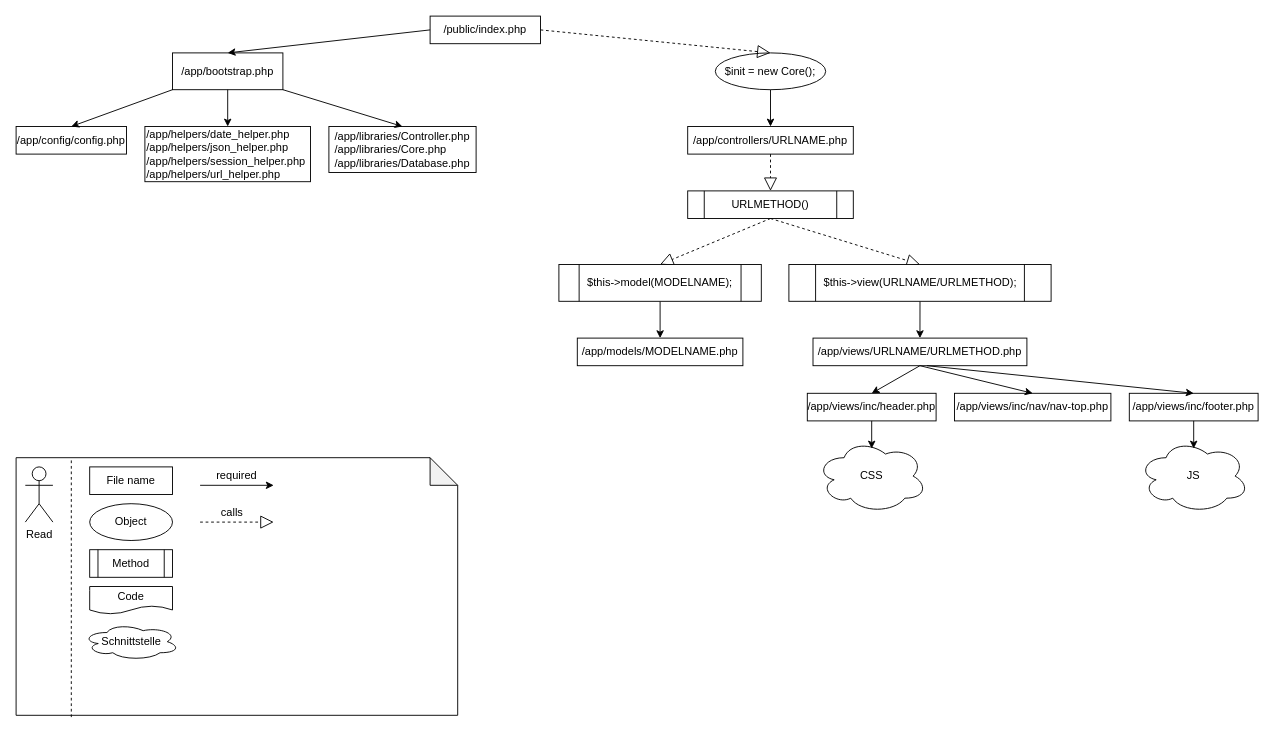
The draw.io diagram dev/draw.io/file_dependencies.drawio in Bolkun/php-blog-engine, before the edit. Source tidied: cells renumbered, new cells numbered last; positions are measured from the earlier drawing's top-left corner, leaving out a move shared by most shapes. Both pictures are drawn from the tidied source at 92%, with x=0, y=0 at pixel (16, 16).
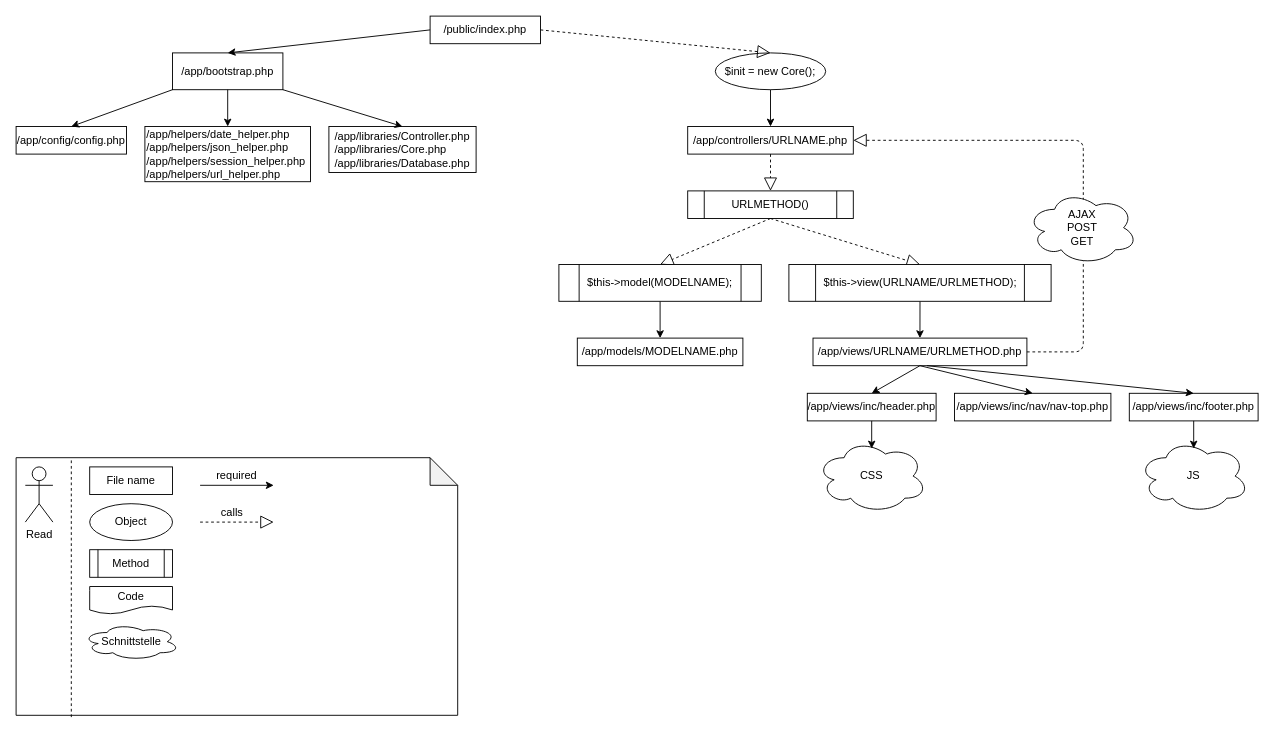
The same page after the edit.

Commit message (it also covers changes not shown here):
security, draw.io reworked

Unchanged cells that the change refers to:
```xml
<mxCell id="13" value="/app/controllers/URLNAME.php" style="rounded=0;whiteSpace=wrap;html=1;" parent="1" vertex="1">
  <mxGeometry x="730" y="120" width="180" height="30" as="geometry" />
</mxCell>
<mxCell id="22" value="/app/views/URLNAME/URLMETHOD.php" style="rounded=0;whiteSpace=wrap;html=1;" parent="1" vertex="1">
  <mxGeometry x="866.2" y="350" width="232.5" height="30" as="geometry" />
</mxCell>
```

The edit, as a diff of the source:
```diff
@@
+    <mxCell id="47" style="endArrow=block;dashed=1;endFill=0;endSize=12;html=1;exitX=1;exitY=0.5;exitDx=0;exitDy=0;entryX=1;entryY=0.5;entryDx=0;entryDy=0;" parent="1" edge="1" source="22" target="13">
+      <mxGeometry relative="1" as="geometry">
+        <Array as="points">
+          <mxPoint x="1160" y="365" />
+          <mxPoint x="1160" y="135" />
+        </Array>
+      </mxGeometry>
+    </mxCell>
+    <mxCell id="48" value="AJAX&lt;br&gt;POST&lt;br&gt;GET" style="ellipse;shape=cloud;whiteSpace=wrap;html=1;fillColor=#FFFFFF;" parent="1" vertex="1">
+      <mxGeometry x="1098.8" y="190" width="120" height="80" as="geometry" />
+    </mxCell>
```
